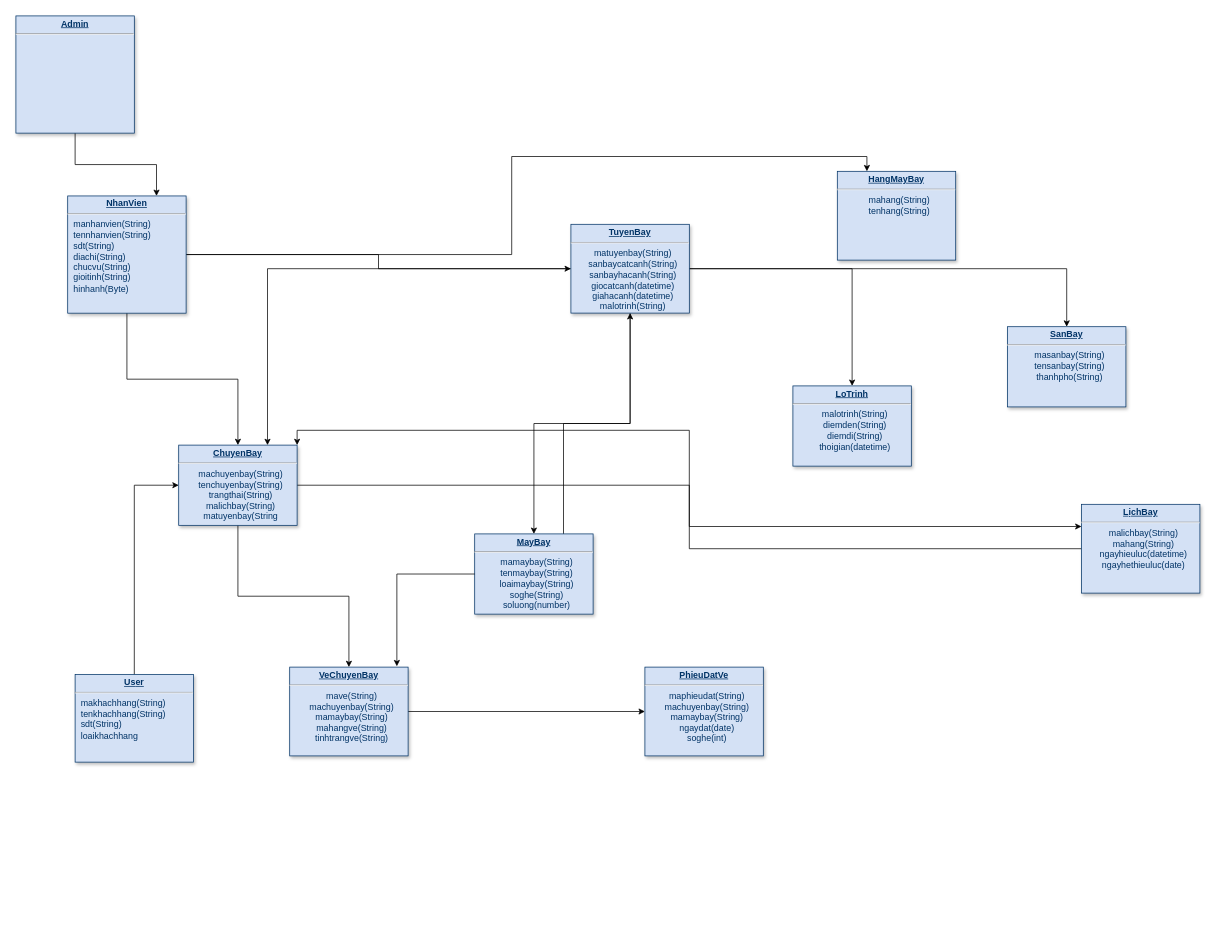
This is page "Page-1" (1 of 2) of Biểu đồ không có tiêu đề.drawio from DungZG/TrackingFlight, a draw.io file, before an edit. Source tidied: cells renumbered, new cells numbered last; positions are measured from the earlier drawing's top-left corner, leaving out a move shared by most shapes. Both pictures are drawn from the tidied source at 74%, with x=0, y=0 at pixel (16, 16).
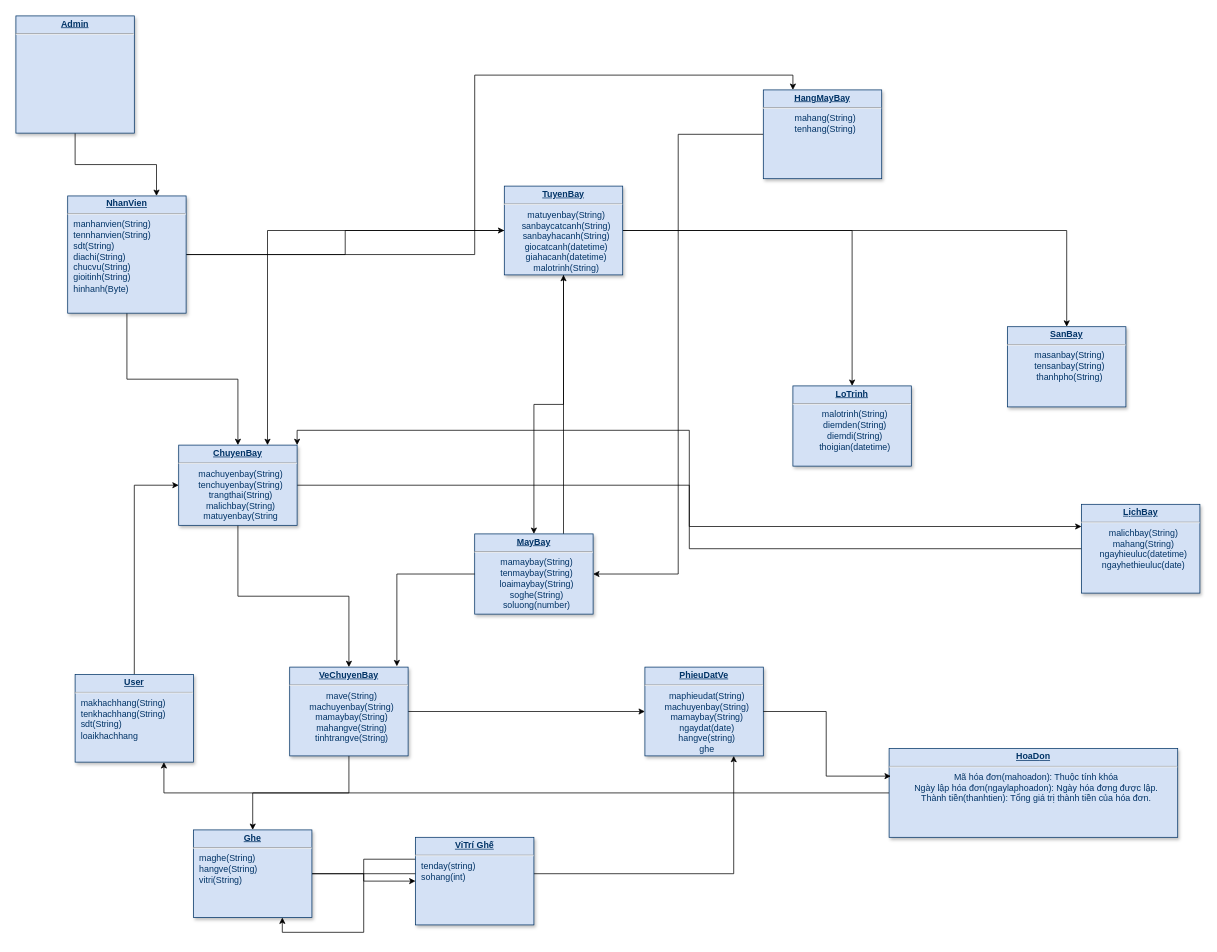
The same diagram, later.

Commit message:
Cập nhật Biểu đồ không có tiêu đề.drawio

The change refers to these unchanged cells:
```xml
<mxCell id="8" value="&lt;p style=&quot;text-align: center; margin: 4px 0px 0px;&quot;&gt;&lt;b style=&quot;text-decoration-line: underline;&quot;&gt;Us&lt;/b&gt;&lt;span style=&quot;background-color: transparent;&quot;&gt;&lt;b&gt;&lt;u&gt;er&lt;/u&gt;&lt;/b&gt;&lt;/span&gt;&lt;/p&gt;&lt;hr&gt;&lt;p style=&quot;margin: 0px; margin-left: 8px;&quot;&gt;makhachhang(String)&lt;/p&gt;&lt;p style=&quot;margin: 0px; margin-left: 8px;&quot;&gt;tenkhachhang(String)&lt;/p&gt;&lt;p style=&quot;margin: 0px; margin-left: 8px;&quot;&gt;sdt(String)&lt;/p&gt;&lt;p style=&quot;margin: 0px; margin-left: 8px;&quot;&gt;loaikhachhang&lt;/p&gt;&lt;p style=&quot;margin: 0px; margin-left: 8px;&quot;&gt;&lt;br&gt;&lt;/p&gt;&lt;p style=&quot;margin: 0px; margin-left: 8px;&quot;&gt;&lt;br&gt;&lt;/p&gt;" style="verticalAlign=top;align=left;overflow=fill;fontSize=12;fontFamily=Helvetica;html=1;strokeColor=#003366;shadow=1;fillColor=#D4E1F5;fontColor=#003366;" parent="1" vertex="1">
  <mxGeometry x="80" y="890" width="160" height="118.4" as="geometry" />
</mxCell>
<mxCell id="10" value="&lt;p style=&quot;margin: 4px 0px 0px; text-align: center;&quot;&gt;&lt;b&gt;&lt;u&gt;MayBay&lt;/u&gt;&lt;/b&gt;&lt;/p&gt;&lt;hr&gt;&lt;p style=&quot;text-align: center; margin: 0px 0px 0px 8px;&quot;&gt;mamaybay(String)&lt;/p&gt;&lt;p style=&quot;text-align: center; margin: 0px 0px 0px 8px;&quot;&gt;tenmaybay(String)&lt;/p&gt;&lt;p style=&quot;text-align: center; margin: 0px 0px 0px 8px;&quot;&gt;loaimaybay(String)&lt;/p&gt;&lt;p style=&quot;text-align: center; margin: 0px 0px 0px 8px;&quot;&gt;soghe(String)&lt;/p&gt;&lt;p style=&quot;text-align: center; margin: 0px 0px 0px 8px;&quot;&gt;soluong(number)&lt;/p&gt;" style="verticalAlign=top;align=left;overflow=fill;fontSize=12;fontFamily=Helvetica;html=1;strokeColor=#003366;shadow=1;fillColor=#D4E1F5;fontColor=#003366;" parent="1" vertex="1">
  <mxGeometry x="620" y="700" width="160" height="108.4" as="geometry" />
</mxCell>
<mxCell id="25" value="&lt;p style=&quot;margin: 4px 0px 0px; text-align: center;&quot;&gt;&lt;b&gt;&lt;u&gt;VeChuyenBay&lt;/u&gt;&lt;/b&gt;&lt;/p&gt;&lt;hr&gt;&lt;p style=&quot;text-align: center; margin: 0px 0px 0px 8px;&quot;&gt;mave(String)&lt;/p&gt;&lt;p style=&quot;text-align: center; margin: 0px 0px 0px 8px;&quot;&gt;machuyenbay(String)&lt;/p&gt;&lt;p style=&quot;text-align: center; margin: 0px 0px 0px 8px;&quot;&gt;mamaybay(String)&lt;/p&gt;&lt;p style=&quot;text-align: center; margin: 0px 0px 0px 8px;&quot;&gt;mahangve(String)&lt;/p&gt;&lt;p style=&quot;text-align: center; margin: 0px 0px 0px 8px;&quot;&gt;tinhtrangve(String)&lt;/p&gt;&lt;p style=&quot;text-align: center; margin: 0px 0px 0px 8px;&quot;&gt;&lt;br&gt;&lt;/p&gt;" style="verticalAlign=top;align=left;overflow=fill;fontSize=12;fontFamily=Helvetica;html=1;strokeColor=#003366;shadow=1;fillColor=#D4E1F5;fontColor=#003366;" parent="1" vertex="1">
  <mxGeometry x="370" y="880" width="160" height="120" as="geometry" />
</mxCell>
```

The edit, as a diff of the source:
```diff
@@
     <mxCell id="19" value="&lt;p style=&quot;margin: 4px 0px 0px; text-align: center;&quot;&gt;&lt;b&gt;&lt;u&gt;TuyenBay&lt;/u&gt;&lt;/b&gt;&lt;/p&gt;&lt;hr&gt;&lt;p style=&quot;text-align: center; margin: 0px 0px 0px 8px;&quot;&gt;matuyenbay(String)&lt;/p&gt;&lt;p style=&quot;text-align: center; margin: 0px 0px 0px 8px;&quot;&gt;sanbaycatcanh(String)&lt;/p&gt;&lt;p style=&quot;text-align: center; margin: 0px 0px 0px 8px;&quot;&gt;sanbayhacanh(String)&lt;/p&gt;&lt;p style=&quot;text-align: center; margin: 0px 0px 0px 8px;&quot;&gt;giocatcanh(datetime)&lt;/p&gt;&lt;p style=&quot;text-align: center; margin: 0px 0px 0px 8px;&quot;&gt;giahacanh(datetime)&lt;/p&gt;&lt;p style=&quot;text-align: center; margin: 0px 0px 0px 8px;&quot;&gt;malotrinh(String)&lt;/p&gt;&lt;p style=&quot;text-align: center; margin: 0px 0px 0px 8px;&quot;&gt;&lt;br&gt;&lt;/p&gt;" style="verticalAlign=top;align=left;overflow=fill;fontSize=12;fontFamily=Helvetica;html=1;strokeColor=#003366;shadow=1;fillColor=#D4E1F5;fontColor=#003366;" parent="1" vertex="1">
-      <mxGeometry x="750" y="281.6" width="160" height="120" as="geometry" />
+      <mxGeometry x="660" y="230" width="160" height="120" as="geometry" />
     </mxCell>
+    <mxCell id="29" style="edgeStyle=orthogonalEdgeStyle;rounded=0;jettySize=auto;html=1;entryX=1;entryY=0.5;entryDx=0;entryDy=0;" parent="1" edge="1" source="20" target="10">
+      <mxGeometry relative="1" as="geometry" />
+    </mxCell>
     <mxCell id="20" value="&lt;p style=&quot;margin: 4px 0px 0px; text-align: center;&quot;&gt;&lt;b&gt;&lt;u&gt;HangMayBay&lt;/u&gt;&lt;/b&gt;&lt;/p&gt;&lt;hr&gt;&lt;p style=&quot;text-align: center; margin: 0px 0px 0px 8px;&quot;&gt;mahang(String)&lt;/p&gt;&lt;p style=&quot;text-align: center; margin: 0px 0px 0px 8px;&quot;&gt;tenhang(String)&lt;/p&gt;&lt;p style=&quot;text-align: center; margin: 0px 0px 0px 8px;&quot;&gt;&lt;br&gt;&lt;/p&gt;" style="verticalAlign=top;align=left;overflow=fill;fontSize=12;fontFamily=Helvetica;html=1;strokeColor=#003366;shadow=1;fillColor=#D4E1F5;fontColor=#003366;" parent="1" vertex="1">
-      <mxGeometry x="1110" y="210" width="160" height="120" as="geometry" />
+      <mxGeometry x="1010" y="100" width="160" height="120" as="geometry" />
     </mxCell>
@@
-    <mxCell id="23" value="&lt;p style=&quot;margin: 4px 0px 0px; text-align: center;&quot;&gt;&lt;b&gt;&lt;u&gt;PhieuDatVe&lt;/u&gt;&lt;/b&gt;&lt;/p&gt;&lt;hr&gt;&lt;p style=&quot;text-align: center; margin: 0px 0px 0px 8px;&quot;&gt;maphieudat(String)&lt;/p&gt;&lt;p style=&quot;text-align: center; margin: 0px 0px 0px 8px;&quot;&gt;machuyenbay(String)&lt;/p&gt;&lt;p style=&quot;text-align: center; margin: 0px 0px 0px 8px;&quot;&gt;mamaybay(String)&lt;/p&gt;&lt;p style=&quot;text-align: center; margin: 0px 0px 0px 8px;&quot;&gt;ngaydat(date)&lt;/p&gt;&lt;p style=&quot;text-align: center; margin: 0px 0px 0px 8px;&quot;&gt;soghe(int)&lt;/p&gt;&lt;p style=&quot;text-align: center; margin: 0px 0px 0px 8px;&quot;&gt;&lt;br&gt;&lt;/p&gt;" style="verticalAlign=top;align=left;overflow=fill;fontSize=12;fontFamily=Helvetica;html=1;strokeColor=#003366;shadow=1;fillColor=#D4E1F5;fontColor=#003366;" parent="1" vertex="1">
+    <mxCell id="23" value="&lt;p style=&quot;margin: 4px 0px 0px; text-align: center;&quot;&gt;&lt;b&gt;&lt;u&gt;PhieuDatVe&lt;/u&gt;&lt;/b&gt;&lt;/p&gt;&lt;hr&gt;&lt;p style=&quot;text-align: center; margin: 0px 0px 0px 8px;&quot;&gt;maphieudat(String)&lt;/p&gt;&lt;p style=&quot;text-align: center; margin: 0px 0px 0px 8px;&quot;&gt;machuyenbay(String)&lt;/p&gt;&lt;p style=&quot;text-align: center; margin: 0px 0px 0px 8px;&quot;&gt;mamaybay(String)&lt;/p&gt;&lt;p style=&quot;text-align: center; margin: 0px 0px 0px 8px;&quot;&gt;ngaydat(date)&lt;/p&gt;&lt;p style=&quot;text-align: center; margin: 0px 0px 0px 8px;&quot;&gt;hangve(string)&lt;/p&gt;&lt;p style=&quot;text-align: center; margin: 0px 0px 0px 8px;&quot;&gt;ghe&lt;/p&gt;&lt;p style=&quot;text-align: center; margin: 0px 0px 0px 8px;&quot;&gt;&lt;br&gt;&lt;/p&gt;" style="verticalAlign=top;align=left;overflow=fill;fontSize=12;fontFamily=Helvetica;html=1;strokeColor=#003366;shadow=1;fillColor=#D4E1F5;fontColor=#003366;" parent="1" vertex="1">
       <mxGeometry x="850" y="880" width="160" height="120" as="geometry" />
     </mxCell>
@@
+    <mxCell id="30" style="edgeStyle=orthogonalEdgeStyle;rounded=0;jettySize=auto;html=1;entryX=0.5;entryY=0;entryDx=0;entryDy=0;" parent="1" edge="1" source="25" target="33">
+      <mxGeometry relative="1" as="geometry" />
+    </mxCell>
@@
+    <mxCell id="31" style="edgeStyle=orthogonalEdgeStyle;rounded=0;jettySize=auto;html=1;" parent="1" edge="1" source="33" target="35">
+      <mxGeometry relative="1" as="geometry" />
+    </mxCell>
+    <mxCell id="32" style="edgeStyle=orthogonalEdgeStyle;rounded=0;jettySize=auto;html=1;entryX=0.75;entryY=1;entryDx=0;entryDy=0;" parent="1" edge="1" source="33" target="23">
+      <mxGeometry relative="1" as="geometry" />
+    </mxCell>
+    <mxCell id="33" value="&lt;p style=&quot;text-align: center; margin: 4px 0px 0px;&quot;&gt;&lt;b&gt;&lt;u&gt;Ghe&lt;/u&gt;&lt;/b&gt;&lt;/p&gt;&lt;hr&gt;&lt;p style=&quot;margin: 0px; margin-left: 8px;&quot;&gt;maghe(String)&lt;/p&gt;&lt;p style=&quot;margin: 0px; margin-left: 8px;&quot;&gt;hangve(String)&lt;/p&gt;&lt;p style=&quot;margin: 0px; margin-left: 8px;&quot;&gt;vitri(String)&lt;/p&gt;&lt;p style=&quot;margin: 0px; margin-left: 8px;&quot;&gt;&lt;br&gt;&lt;/p&gt;&lt;p style=&quot;margin: 0px; margin-left: 8px;&quot;&gt;&lt;br&gt;&lt;/p&gt;&lt;p style=&quot;margin: 0px; margin-left: 8px;&quot;&gt;&lt;br&gt;&lt;/p&gt;" style="verticalAlign=top;align=left;overflow=fill;fontSize=12;fontFamily=Helvetica;html=1;strokeColor=#003366;shadow=1;fillColor=#D4E1F5;fontColor=#003366;" parent="1" vertex="1">
+      <mxGeometry x="240" y="1100" width="160" height="118.4" as="geometry" />
+    </mxCell>
+    <mxCell id="34" style="edgeStyle=orthogonalEdgeStyle;rounded=0;jettySize=auto;html=1;exitX=0;exitY=0.25;exitDx=0;exitDy=0;entryX=0.75;entryY=1;entryDx=0;entryDy=0;" parent="1" edge="1" source="35" target="33">
+      <mxGeometry relative="1" as="geometry" />
+    </mxCell>
+    <mxCell id="35" value="&lt;p style=&quot;text-align: center; margin: 4px 0px 0px;&quot;&gt;&lt;b&gt;&lt;u&gt;ViTr&lt;/u&gt;&lt;/b&gt;&lt;span style=&quot;background-color: transparent;&quot;&gt;&lt;b&gt;&lt;u&gt;í&lt;/u&gt;&lt;/b&gt;&lt;/span&gt;&lt;b style=&quot;background-color: transparent; color: light-dark(rgb(0, 51, 102), rgb(161, 205, 249));&quot;&gt;&lt;u&gt;&amp;nbsp;Gh&lt;/u&gt;&lt;/b&gt;&lt;span style=&quot;background-color: transparent; color: light-dark(rgb(0, 51, 102), rgb(161, 205, 249));&quot;&gt;&lt;b&gt;&lt;u&gt;ế&lt;/u&gt;&lt;/b&gt;&lt;/span&gt;&lt;/p&gt;&lt;hr&gt;&lt;p style=&quot;margin: 0px; margin-left: 8px;&quot;&gt;tenday(string)&lt;/p&gt;&lt;p style=&quot;margin: 0px; margin-left: 8px;&quot;&gt;sohang(int)&lt;/p&gt;&lt;p style=&quot;margin: 0px; margin-left: 8px;&quot;&gt;&lt;br&gt;&lt;/p&gt;&lt;p style=&quot;margin: 0px; margin-left: 8px;&quot;&gt;&lt;br&gt;&lt;/p&gt;&lt;p style=&quot;margin: 0px; margin-left: 8px;&quot;&gt;&lt;br&gt;&lt;/p&gt;&lt;p style=&quot;margin: 0px; margin-left: 8px;&quot;&gt;&lt;br&gt;&lt;/p&gt;" style="verticalAlign=top;align=left;overflow=fill;fontSize=12;fontFamily=Helvetica;html=1;strokeColor=#003366;shadow=1;fillColor=#D4E1F5;fontColor=#003366;" parent="1" vertex="1">
+      <mxGeometry x="540" y="1110" width="160" height="118.4" as="geometry" />
+    </mxCell>
+    <mxCell id="36" style="edgeStyle=orthogonalEdgeStyle;rounded=0;jettySize=auto;html=1;entryX=0.75;entryY=1;entryDx=0;entryDy=0;" parent="1" edge="1" source="37" target="8">
+      <mxGeometry relative="1" as="geometry" />
+    </mxCell>
+    <mxCell id="37" value="&lt;p style=&quot;text-align: center; margin: 4px 0px 0px;&quot;&gt;&lt;b&gt;&lt;u&gt;HoaD&lt;/u&gt;&lt;/b&gt;&lt;span style=&quot;background-color: transparent;&quot;&gt;&lt;b&gt;&lt;u&gt;on&lt;/u&gt;&lt;/b&gt;&lt;/span&gt;&lt;/p&gt;&lt;hr&gt;&lt;p style=&quot;text-align: center; margin: 0px 0px 0px 8px;&quot;&gt;Mã hóa đơn(mahoadon): Thuộc tính khóa&lt;/p&gt;&lt;p style=&quot;text-align: center; margin: 0px 0px 0px 8px;&quot;&gt;Ngày lập hóa đơn(ngaylaphoadon):&lt;span style=&quot;background-color: transparent; color: light-dark(rgb(0, 51, 102), rgb(161, 205, 249));&quot;&gt;&amp;nbsp;Ngày hóa đơng được lập.&lt;/span&gt;&lt;/p&gt;&lt;p style=&quot;text-align: center; margin: 0px 0px 0px 8px;&quot;&gt;Thành tiền(thanhtien): Tổng giá trị thành tiền của hóa đơn.&lt;/p&gt;&lt;p style=&quot;text-align: center; margin: 0px 0px 0px 8px;&quot;&gt;&lt;br&gt;&lt;/p&gt;&lt;p style=&quot;text-align: center; margin: 0px 0px 0px 8px;&quot;&gt;&lt;br&gt;&lt;/p&gt;" style="verticalAlign=top;align=left;overflow=fill;fontSize=12;fontFamily=Helvetica;html=1;strokeColor=#003366;shadow=1;fillColor=#D4E1F5;fontColor=#003366;" parent="1" vertex="1">
+      <mxGeometry x="1180" y="990" width="390" height="120" as="geometry" />
+    </mxCell>
+    <mxCell id="38" style="edgeStyle=orthogonalEdgeStyle;rounded=0;jettySize=auto;html=1;entryX=0.006;entryY=0.311;entryDx=0;entryDy=0;entryPerimeter=0;" parent="1" edge="1" source="23" target="37">
+      <mxGeometry relative="1" as="geometry" />
+    </mxCell>
```
